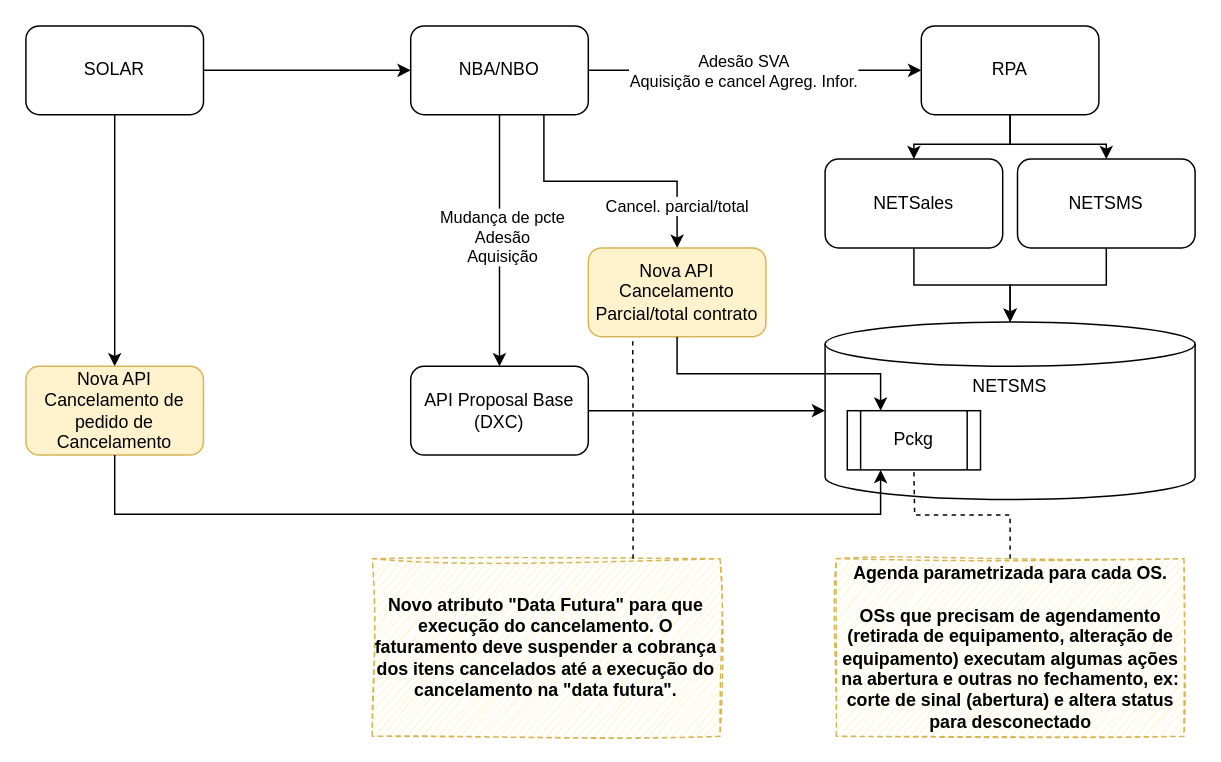
Before: page "To Be V1- Nova API Cancelamento" (2 of 4) of I CHANGE Venda Base - Cancelamento.drawio in samirali/ClaroBrasil, a draw.io diagram. Source tidied: cells renumbered, new cells numbered last; positions are measured from the earlier drawing's top-left corner, leaving out a move shared by most shapes. Both pictures are drawn from the tidied source at 148%, with x=0, y=0 at pixel (25, 25).
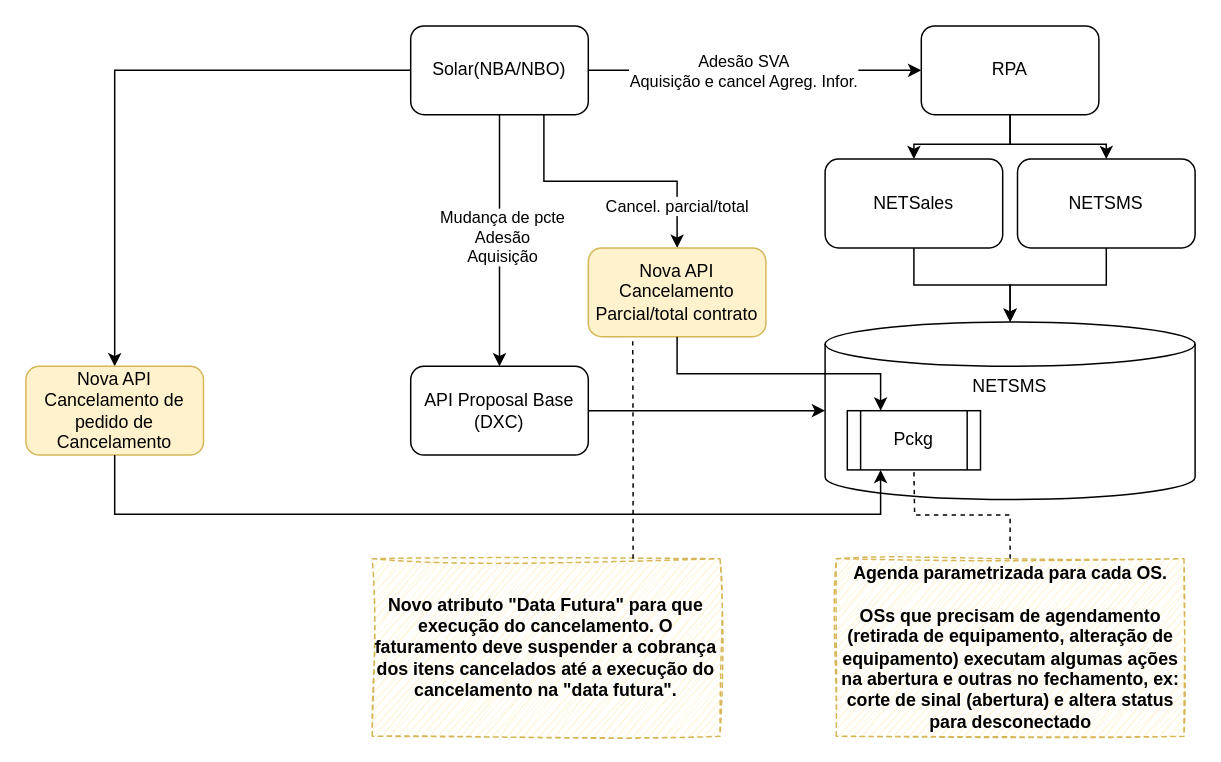
After the change.

The change refers to these unchanged cells:
```xml
<mxCell id="22" value="Nova API Cancelamento de pedido de Cancelamento" style="rounded=1;whiteSpace=wrap;html=1;fillColor=#fff2cc;strokeColor=#d6b656;" parent="1" vertex="1">
  <mxGeometry y="230" width="120" height="60" as="geometry" />
</mxCell>
```

What changed in the source:
```diff
@@
+    <mxCell id="31" style="edgeStyle=orthogonalEdgeStyle;rounded=0;jettySize=auto;html=1;entryX=0.5;entryY=0;entryDx=0;entryDy=0;" parent="1" edge="1" source="11" target="22">
+      <mxGeometry relative="1" as="geometry" />
+    </mxCell>
-    <mxCell id="11" value="NBA/NBO" style="rounded=1;whiteSpace=wrap;html=1;" parent="1" vertex="1">
+    <mxCell id="11" value="Solar(NBA/NBO)" style="rounded=1;whiteSpace=wrap;html=1;" parent="1" vertex="1">
       <mxGeometry x="260" width="120" height="60" as="geometry" />
     </mxCell>
@@
-    <mxCell id="19" style="edgeStyle=orthogonalEdgeStyle;rounded=0;jettySize=auto;html=1;entryX=0;entryY=0.5;entryDx=0;entryDy=0;" parent="1" edge="1" source="20" target="11">
-      <mxGeometry relative="1" as="geometry" />
-    </mxCell>
-    <mxCell id="20" value="SOLAR" style="rounded=1;whiteSpace=wrap;html=1;" parent="1" vertex="1">
-      <mxGeometry width="120" height="60" as="geometry" />
-    </mxCell>
-    <mxCell id="21" style="edgeStyle=orthogonalEdgeStyle;rounded=0;jettySize=auto;html=1;entryX=0.5;entryY=0;entryDx=0;entryDy=0;exitX=0.5;exitY=1;exitDx=0;exitDy=0;" parent="1" edge="1" source="20" target="22">
-      <mxGeometry relative="1" as="geometry" />
-    </mxCell>
```
